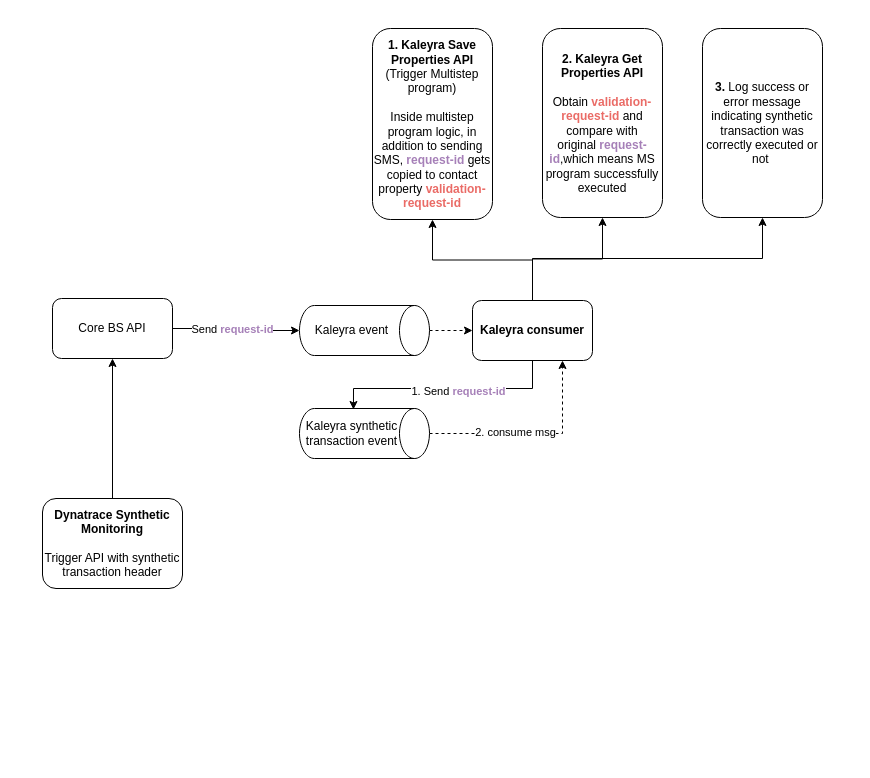
This is drawings/Synthetic Transactions.drawio from AarellanoH/draw_io, a draw.io file, before an edit. Source tidied: cells renumbered, new cells numbered last; positions are measured from the earlier drawing's top-left corner, leaving out a move shared by most shapes. Both pictures are drawn from the tidied source at 100%, with x=0, y=0 at pixel (42, 28).
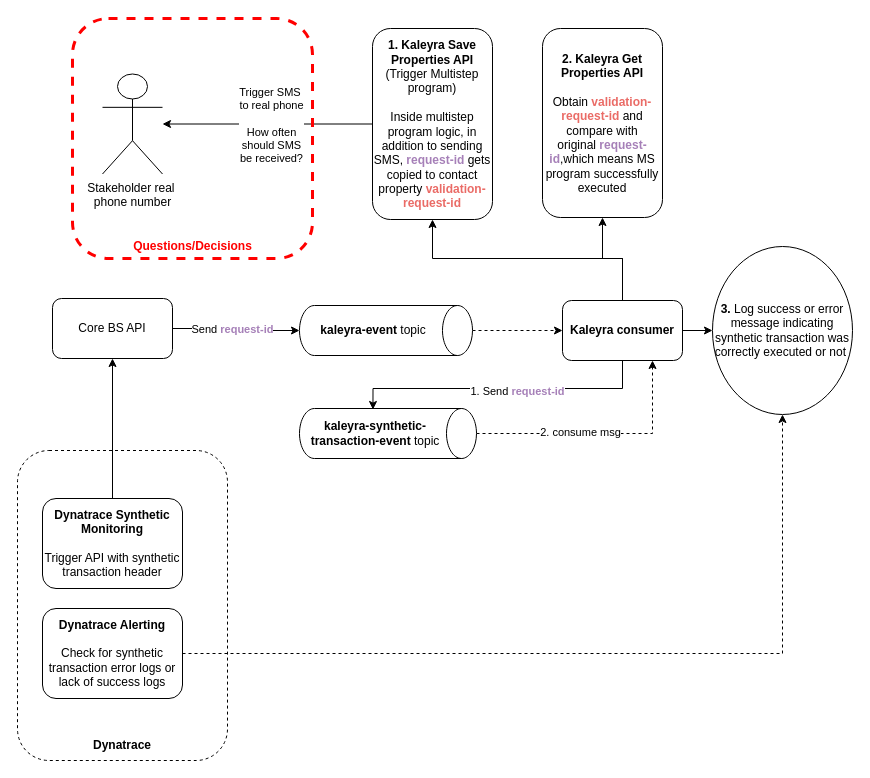
The same page after the edit.

Unchanged cells that the change refers to:
```xml
<mxCell id="13" value="&lt;b&gt;1.&lt;/b&gt; &lt;b&gt;Kaleyra Save Properties API&lt;/b&gt; (Trigger Multistep program)&lt;br&gt;&lt;br&gt;Inside multistep program logic, in addition to sending SMS,&lt;font style=&quot;font-weight: bold;&quot; color=&quot;#a680b8&quot;&gt;&amp;nbsp;request-id&lt;/font&gt;&amp;nbsp;gets copied to contact property &lt;b&gt;&lt;font color=&quot;#ea6b66&quot;&gt;validation-request-id&lt;/font&gt;&lt;/b&gt;" style="rounded=1;whiteSpace=wrap;html=1;" parent="1" vertex="1">
  <mxGeometry x="330" width="120" height="191" as="geometry" />
</mxCell>
<mxCell id="19" value="&lt;b&gt;2. Kaleyra Get Properties API&lt;/b&gt;&lt;br&gt;&lt;br&gt;Obtain&amp;nbsp;&lt;b&gt;&lt;font color=&quot;#ea6b66&quot;&gt;validation-request-id&amp;nbsp;&lt;/font&gt;&lt;/b&gt;and compare with original&amp;nbsp;&lt;span style=&quot;color: rgb(166, 128, 184); font-weight: 700;&quot;&gt;request-id&lt;/span&gt;,which means MS program successfully executed" style="rounded=1;whiteSpace=wrap;html=1;" parent="1" vertex="1">
  <mxGeometry x="500" width="120" height="189" as="geometry" />
</mxCell>
```

Diff of the diagram source:
```diff
@@
-    <mxCell id="5" value="Kaleyra event" style="shape=cylinder3;whiteSpace=wrap;html=1;boundedLbl=1;backgroundOutline=1;size=15;rotation=0;direction=south;" parent="1" vertex="1">
-      <mxGeometry x="257" y="277" width="130" height="50" as="geometry" />
+    <mxCell id="5" value="&lt;b&gt;kaleyra-event&lt;/b&gt; topic" style="shape=cylinder3;whiteSpace=wrap;html=1;boundedLbl=1;backgroundOutline=1;size=15;rotation=0;direction=south;" parent="1" vertex="1">
+      <mxGeometry x="257" y="277" width="173" height="50" as="geometry" />
     </mxCell>
@@
     <mxCell id="9" style="edgeStyle=orthogonalEdgeStyle;rounded=0;jettySize=auto;html=1;" parent="1" edge="1" source="12" target="13">
-      <mxGeometry relative="1" as="geometry" />
+      <mxGeometry relative="1" as="geometry">
+        <Array as="points">
+          <mxPoint x="580" y="230" />
+          <mxPoint x="390" y="230" />
+        </Array>
+      </mxGeometry>
     </mxCell>
     <mxCell id="10" style="edgeStyle=orthogonalEdgeStyle;rounded=0;jettySize=auto;html=1;" parent="1" edge="1" source="12" target="19">
-      <mxGeometry relative="1" as="geometry" />
+      <mxGeometry relative="1" as="geometry">
+        <Array as="points">
+          <mxPoint x="580" y="230" />
+          <mxPoint x="560" y="230" />
+        </Array>
+      </mxGeometry>
     </mxCell>
     <mxCell id="11" style="edgeStyle=orthogonalEdgeStyle;rounded=0;jettySize=auto;html=1;" parent="1" edge="1" source="12" target="20">
-      <mxGeometry relative="1" as="geometry">
-        <Array as="points">
-          <mxPoint x="490" y="230" />
-          <mxPoint x="720" y="230" />
-        </Array>
-      </mxGeometry>
+      <mxGeometry relative="1" as="geometry" />
     </mxCell>
     <mxCell id="12" value="&lt;b&gt;Kaleyra consumer&lt;/b&gt;" style="rounded=1;whiteSpace=wrap;html=1;" parent="1" vertex="1">
-      <mxGeometry x="430" y="272" width="120" height="60" as="geometry" />
+      <mxGeometry x="520" y="272" width="120" height="60" as="geometry" />
     </mxCell>
+    <mxCell id="21" style="edgeStyle=orthogonalEdgeStyle;rounded=0;jettySize=auto;html=1;" parent="1" edge="1" source="13" target="28">
+      <mxGeometry relative="1" as="geometry" />
+    </mxCell>
+    <mxCell id="22" value="Trigger SMS&amp;nbsp;&lt;div&gt;to real phone&lt;br&gt;&lt;br&gt;How often&lt;/div&gt;&lt;div&gt;should SMS&lt;br&gt;be received?&lt;/div&gt;" style="edgeLabel;html=1;align=center;verticalAlign=middle;" parent="21" vertex="1">
+      <mxGeometry x="-0.03" y="1" relative="1" as="geometry" />
+    </mxCell>
@@
-    <mxCell id="16" value="Kaleyra synthetic transaction event" style="shape=cylinder3;whiteSpace=wrap;html=1;boundedLbl=1;backgroundOutline=1;size=15;rotation=0;direction=south;" parent="1" vertex="1">
-      <mxGeometry x="257" y="380" width="130" height="50" as="geometry" />
+    <mxCell id="16" value="&lt;b&gt;kaleyra-synthetic-transaction-event&lt;/b&gt;&amp;nbsp;topic" style="shape=cylinder3;whiteSpace=wrap;html=1;boundedLbl=1;backgroundOutline=1;size=15;rotation=0;direction=south;" parent="1" vertex="1">
+      <mxGeometry x="257" y="380" width="177" height="50" as="geometry" />
     </mxCell>
@@
-    <mxCell id="20" value="&lt;b&gt;3.&lt;/b&gt; Log success or error message indicating synthetic transaction was correctly executed or not&amp;nbsp;" style="rounded=1;whiteSpace=wrap;html=1;" parent="1" vertex="1">
-      <mxGeometry x="660" width="120" height="189" as="geometry" />
+    <mxCell id="20" value="&lt;b&gt;3.&lt;/b&gt;&amp;nbsp;Log success or error message indicating synthetic transaction was correctly executed or not&amp;nbsp;" style="ellipse;whiteSpace=wrap;html=1;rounded=1;" parent="1" vertex="1">
+      <mxGeometry x="670" y="218" width="140" height="168" as="geometry" />
     </mxCell>
+    <mxCell id="23" style="edgeStyle=orthogonalEdgeStyle;rounded=0;jettySize=auto;html=1;entryX=0.5;entryY=1;entryDx=0;entryDy=0;dashed=1;" parent="1" edge="1" source="24" target="20">
+      <mxGeometry relative="1" as="geometry" />
+    </mxCell>
+    <mxCell id="24" value="&lt;b&gt;Dynatrace Alerting&lt;/b&gt;&lt;br&gt;&lt;br&gt;Check for synthetic transaction error logs or lack of success logs" style="rounded=1;whiteSpace=wrap;html=1;" parent="1" vertex="1">
+      <mxGeometry y="580" width="140" height="90" as="geometry" />
+    </mxCell>
+    <mxCell id="25" style="group;" parent="1" vertex="1">
+      <mxGeometry x="-25" y="422" width="210" height="310" as="geometry" />
+    </mxCell>
+    <mxCell id="26" style="rounded=1;whiteSpace=wrap;html=1;fillColor=none;dashed=1;" parent="25" vertex="1">
+      <mxGeometry width="210" height="310" as="geometry" />
+    </mxCell>
+    <mxCell id="27" value="&lt;b&gt;Dynatrace&lt;/b&gt;" style="text;html=1;align=center;verticalAlign=middle;whiteSpace=wrap;rounded=0;" parent="25" vertex="1">
+      <mxGeometry x="75" y="280" width="60" height="30" as="geometry" />
+    </mxCell>
+    <mxCell id="28" value="Stakeholder real&amp;nbsp;&lt;div&gt;phone number&lt;/div&gt;" style="shape=umlActor;verticalLabelPosition=bottom;verticalAlign=top;html=1;outlineConnect=0;" parent="1" vertex="1">
+      <mxGeometry x="60" y="45.5" width="60" height="100" as="geometry" />
+    </mxCell>
+    <mxCell id="29" style="group;" parent="1" vertex="1">
+      <mxGeometry x="30" y="-10" width="240" height="240" as="geometry" />
+    </mxCell>
+    <mxCell id="30" style="rounded=1;whiteSpace=wrap;html=1;fillColor=none;dashed=1;strokeColor=#FF0000;strokeWidth=3;" parent="29" vertex="1">
+      <mxGeometry width="240" height="240" as="geometry" />
+    </mxCell>
+    <mxCell id="31" value="&lt;b&gt;&lt;font color=&quot;#ff0000&quot;&gt;Questions/Decisions&lt;/font&gt;&lt;/b&gt;" style="text;html=1;align=center;verticalAlign=middle;whiteSpace=wrap;rounded=0;" parent="29" vertex="1">
+      <mxGeometry x="85.7" y="216.8" width="68.6" height="23.2" as="geometry" />
+    </mxCell>
```
